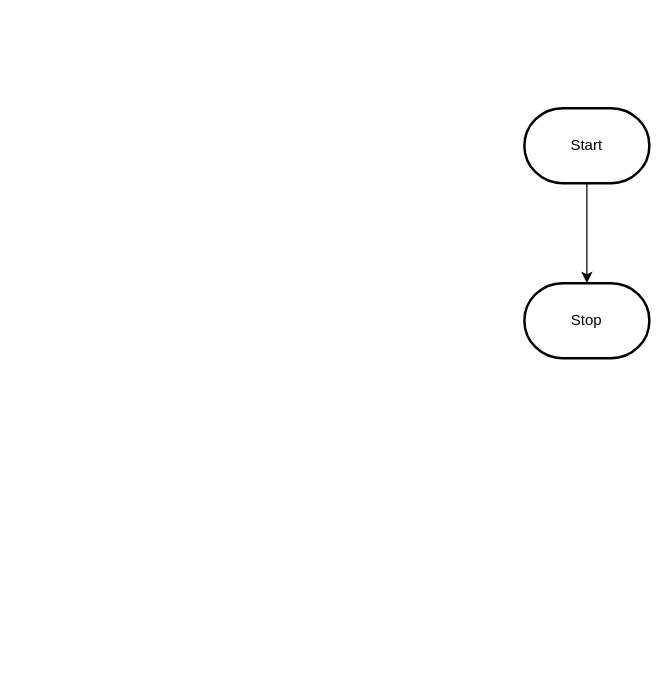
Before: design/flowchart.drawio in MTHS-TEJ2O-1-2023/TEJ2O-Unit-2-07-Liya-Getachew, a draw.io diagram. Source tidied: cells renumbered, new cells numbered last; positions are measured from the earlier drawing's top-left corner, leaving out a move shared by most shapes. Both pictures are drawn from the tidied source at 125%, with x=0, y=0 at pixel (524, 108).
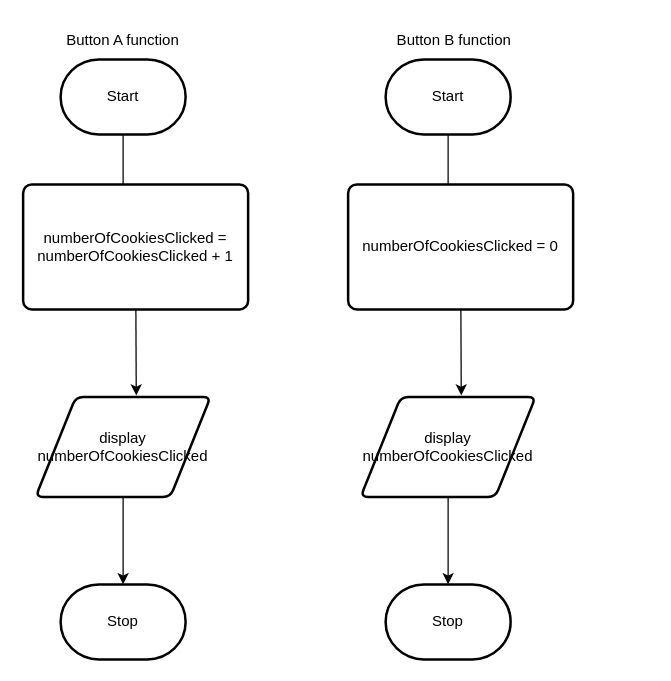
After the change.

The edit, as a diff of the source:
```diff
@@
 <mxGraphModel>
   <root>
     <mxCell id="0" />
     <mxCell id="1" parent="0" />
-    <mxCell id="2" style="edgeStyle=orthogonalEdgeStyle;html=1;rounded=0;" parent="1" edge="1" source="3" target="4">
-      <mxGeometry relative="1" as="geometry" />
-    </mxCell>
+    <mxCell id="5" style="edgeStyle=none;html=1;" parent="1" edge="1" source="3">
+      <mxGeometry relative="1" as="geometry">
+        <mxPoint x="-321" y="81" as="targetPoint" />
+      </mxGeometry>
+    </mxCell>
     <mxCell id="3" value="Start" style="strokeWidth=2;html=1;shape=mxgraph.flowchart.terminator;whiteSpace=wrap;" parent="1" vertex="1">
-      <mxGeometry width="100" height="60" as="geometry" />
+      <mxGeometry x="-371" y="-39" width="100" height="60" as="geometry" />
     </mxCell>
     <mxCell id="4" value="Stop" style="strokeWidth=2;html=1;shape=mxgraph.flowchart.terminator;whiteSpace=wrap;" parent="1" vertex="1">
-      <mxGeometry y="140" width="100" height="60" as="geometry" />
+      <mxGeometry x="-371" y="381" width="100" height="60" as="geometry" />
     </mxCell>
+    <mxCell id="6" style="edgeStyle=none;html=1;entryX=0.575;entryY=-0.014;entryDx=0;entryDy=0;entryPerimeter=0;" parent="1" edge="1" source="2" target="8">
+      <mxGeometry relative="1" as="geometry" />
+    </mxCell>
+    <mxCell id="2" value="numberOfCookiesClicked = numberOfCookiesClicked + 1" style="rounded=1;whiteSpace=wrap;html=1;absoluteArcSize=1;arcSize=14;strokeWidth=2;" parent="1" vertex="1">
+      <mxGeometry x="-401" y="61" width="180" height="100" as="geometry" />
+    </mxCell>
+    <mxCell id="7" style="edgeStyle=none;html=1;entryX=0.5;entryY=0;entryDx=0;entryDy=0;entryPerimeter=0;" parent="1" edge="1" source="8" target="4">
+      <mxGeometry relative="1" as="geometry" />
+    </mxCell>
+    <mxCell id="8" value="display numberOfCookiesClicked" style="shape=parallelogram;html=1;strokeWidth=2;perimeter=parallelogramPerimeter;whiteSpace=wrap;rounded=1;arcSize=12;size=0.23;" parent="1" vertex="1">
+      <mxGeometry x="-391" y="231" width="140" height="80" as="geometry" />
+    </mxCell>
+    <mxCell id="9" value="Button A function" style="text;html=1;strokeColor=none;fillColor=none;align=center;verticalAlign=middle;whiteSpace=wrap;rounded=0;" parent="1" vertex="1">
+      <mxGeometry x="-386" y="-69" width="130" height="30" as="geometry" />
+    </mxCell>
+    <mxCell id="10" style="edgeStyle=none;html=1;" parent="1" edge="1" source="11">
+      <mxGeometry relative="1" as="geometry">
+        <mxPoint x="-61" y="81" as="targetPoint" />
+      </mxGeometry>
+    </mxCell>
+    <mxCell id="11" value="Start" style="strokeWidth=2;html=1;shape=mxgraph.flowchart.terminator;whiteSpace=wrap;" parent="1" vertex="1">
+      <mxGeometry x="-111" y="-39" width="100" height="60" as="geometry" />
+    </mxCell>
+    <mxCell id="12" value="Stop" style="strokeWidth=2;html=1;shape=mxgraph.flowchart.terminator;whiteSpace=wrap;" parent="1" vertex="1">
+      <mxGeometry x="-111" y="381" width="100" height="60" as="geometry" />
+    </mxCell>
+    <mxCell id="13" style="edgeStyle=none;html=1;entryX=0.575;entryY=-0.014;entryDx=0;entryDy=0;entryPerimeter=0;" parent="1" edge="1" source="14" target="16">
+      <mxGeometry relative="1" as="geometry" />
+    </mxCell>
+    <mxCell id="14" value="numberOfCookiesClicked = 0" style="rounded=1;whiteSpace=wrap;html=1;absoluteArcSize=1;arcSize=14;strokeWidth=2;" parent="1" vertex="1">
+      <mxGeometry x="-141" y="61" width="180" height="100" as="geometry" />
+    </mxCell>
+    <mxCell id="15" style="edgeStyle=none;html=1;entryX=0.5;entryY=0;entryDx=0;entryDy=0;entryPerimeter=0;" parent="1" edge="1" source="16" target="12">
+      <mxGeometry relative="1" as="geometry" />
+    </mxCell>
+    <mxCell id="16" value="display numberOfCookiesClicked" style="shape=parallelogram;html=1;strokeWidth=2;perimeter=parallelogramPerimeter;whiteSpace=wrap;rounded=1;arcSize=12;size=0.23;" parent="1" vertex="1">
+      <mxGeometry x="-131" y="231" width="140" height="80" as="geometry" />
+    </mxCell>
+    <mxCell id="17" value="Button B function" style="text;html=1;strokeColor=none;fillColor=none;align=center;verticalAlign=middle;whiteSpace=wrap;rounded=0;" parent="1" vertex="1">
+      <mxGeometry x="-121" y="-69" width="130" height="30" as="geometry" />
+    </mxCell>
   </root>
 </mxGraphModel>
```
